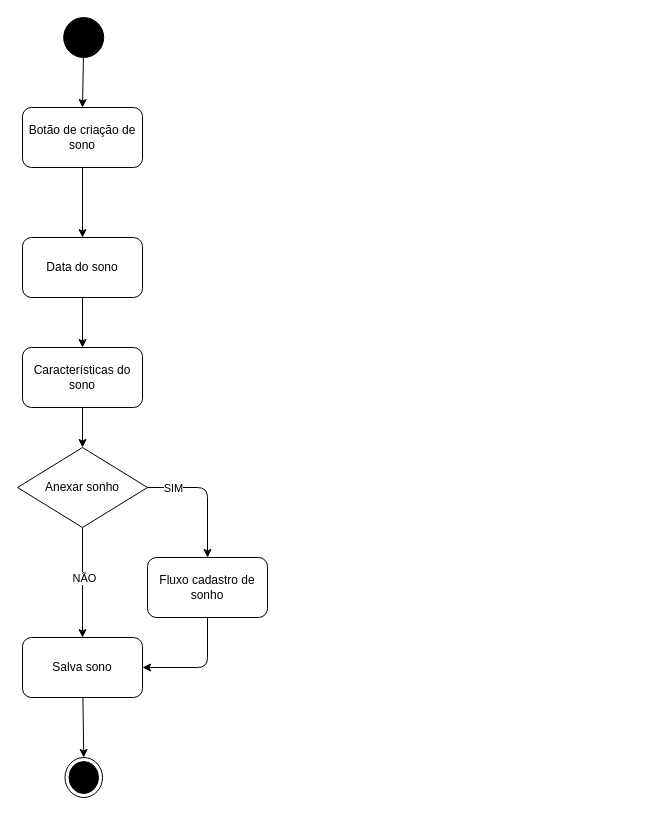
Before: docs/diagramas_atividade/cadastro_de_sono.drawio in raisson-souza/morfeus-backend, a draw.io diagram. Source tidied: cells renumbered, new cells numbered last; positions are measured from the earlier drawing's top-left corner, leaving out a move shared by most shapes. Both pictures are drawn from the tidied source at 100%, with x=0, y=0 at pixel (17, 17).
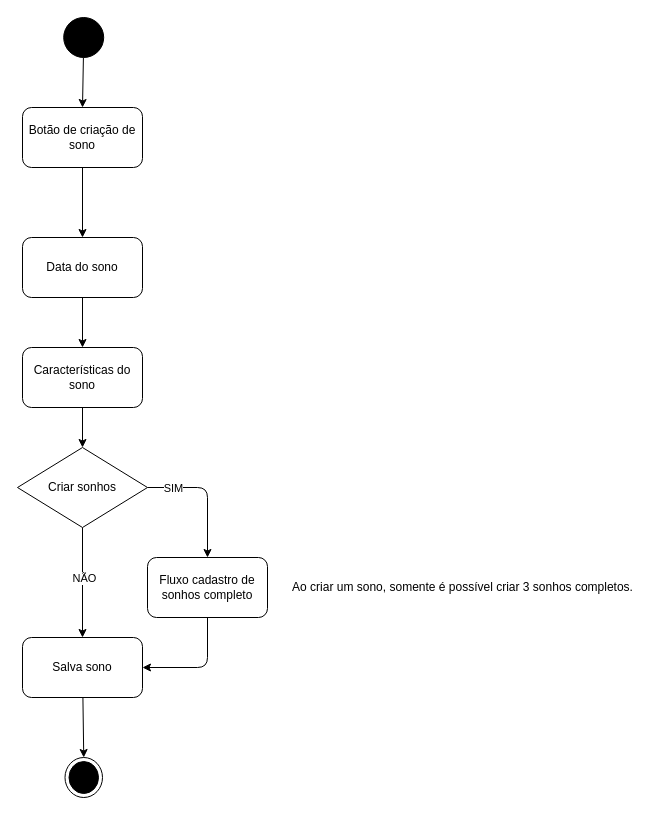
The same page after the edit.

Commit message (it also covers changes not shown here):
- Ajuste de regra de negócio na criação de sonhos dentro da criação de sonos.

Change to the diagram source:
```diff
@@
-    <mxCell id="13" value="Anexar sonho" style="rhombus;whiteSpace=wrap;html=1;" parent="1" vertex="1">
+    <mxCell id="13" value="Criar sonhos" style="rhombus;whiteSpace=wrap;html=1;" parent="1" vertex="1">
       <mxGeometry y="430" width="130" height="80" as="geometry" />
     </mxCell>
@@
-    <mxCell id="17" value="Fluxo cadastro de sonho" style="rounded=1;whiteSpace=wrap;html=1;" parent="1" vertex="1">
+    <mxCell id="17" value="Fluxo cadastro de sonhos completo" style="rounded=1;whiteSpace=wrap;html=1;" parent="1" vertex="1">
       <mxGeometry x="130" y="540" width="120" height="60" as="geometry" />
     </mxCell>
@@
+    <mxCell id="20" value="Ao criar um sono, somente é possível criar 3 sonhos completos." style="text;html=1;align=center;verticalAlign=middle;strokeColor=none;fillColor=none;" parent="1" vertex="1">
+      <mxGeometry x="265" y="555" width="360" height="30" as="geometry" />
+    </mxCell>
```
